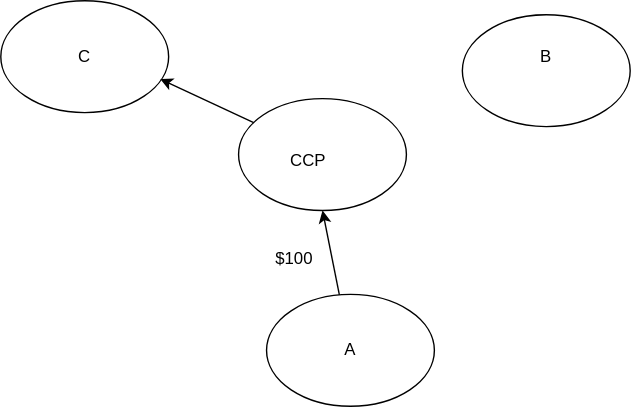
arnoblalam/irs-pricing-python keeps this draw.io diagram as reports/figures/Central Clearing.drawio.svg. Above is the earlier version. Source tidied: cells renumbered, new cells last; positions are measured from the earlier drawing's top-left corner, leaving out a move shared by most shapes.
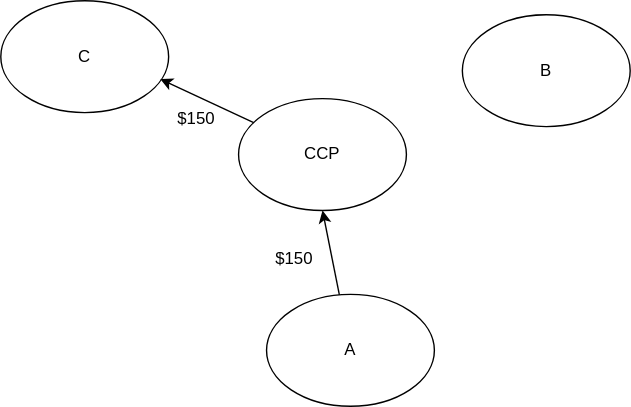
The same file after the commit.

Diff of the diagram source:
```diff
@@ -14,20 +14,20 @@
     <mxCell id="5" style="ellipse;whiteSpace=wrap;html=1;" parent="1" vertex="1">
       <mxGeometry x="330" y="10" width="120" height="80" as="geometry" />
     </mxCell>
-    <mxCell id="6" value="$100" style="text;html=1;align=center;verticalAlign=middle;whiteSpace=wrap;rounded=0;" parent="1" vertex="1">
+    <mxCell id="6" value="$150" style="text;html=1;align=center;verticalAlign=middle;whiteSpace=wrap;rounded=0;" parent="1" vertex="1">
       <mxGeometry x="180" y="170" width="60" height="30" as="geometry" />
     </mxCell>
     <mxCell id="7" value="A" style="text;html=1;align=center;verticalAlign=middle;whiteSpace=wrap;rounded=0;" parent="1" vertex="1">
       <mxGeometry x="220" y="235" width="60" height="30" as="geometry" />
     </mxCell>
     <mxCell id="8" value="B" style="text;html=1;align=center;verticalAlign=middle;whiteSpace=wrap;rounded=0;" parent="1" vertex="1">
-      <mxGeometry x="360" y="25" width="60" height="30" as="geometry" />
+      <mxGeometry x="360" y="35" width="60" height="30" as="geometry" />
     </mxCell>
     <mxCell id="9" value="C" style="text;html=1;align=center;verticalAlign=middle;whiteSpace=wrap;rounded=0;" parent="1" vertex="1">
       <mxGeometry x="30" y="25" width="60" height="30" as="geometry" />
     </mxCell>
     <mxCell id="10" value="CCP" style="text;html=1;align=center;verticalAlign=middle;whiteSpace=wrap;rounded=0;" parent="1" vertex="1">
-      <mxGeometry x="190" y="100" width="60" height="30" as="geometry" />
+      <mxGeometry x="200" y="95" width="60" height="30" as="geometry" />
     </mxCell>
     <mxCell id="11" style="endArrow=classic;html=1;rounded=0;entryX=0.5;entryY=1;entryDx=0;entryDy=0;" parent="1" edge="1" source="4" target="2">
       <mxGeometry relative="1" as="geometry" />
@@ -35,5 +35,8 @@
     <mxCell id="12" style="endArrow=classic;html=1;rounded=0;entryX=0.95;entryY=0.7;entryDx=0;entryDy=0;entryPerimeter=0;" parent="1" edge="1" source="2" target="3">
       <mxGeometry relative="1" as="geometry" />
     </mxCell>
+    <mxCell id="13" value="$150" style="text;html=1;align=center;verticalAlign=middle;whiteSpace=wrap;rounded=0;" parent="1" vertex="1">
+      <mxGeometry x="110" y="70" width="60" height="30" as="geometry" />
+    </mxCell>
   </root>
 </mxGraphModel>
```
